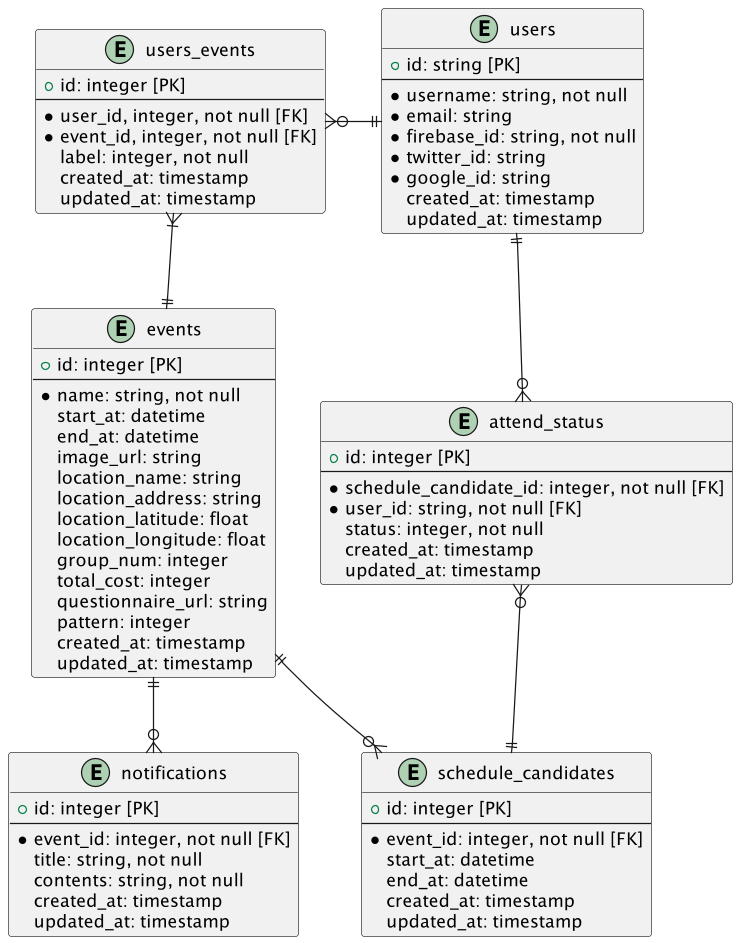
ITK13201/schetify-api keeps this PlantUML diagram as docs/plantuml/er.png. Above is the earlier version. The source it was exported from:
```plantuml
@startuml

!include ./config/default.inc

entity users {
    + id: string [PK]
    --
    * username: string, not null
    * email: string
    * firebase_id: string, not null
    * twitter_id: string
    * google_id: string
    created_at: timestamp
    updated_at: timestamp
}

entity users_events {
    + id: integer [PK]
    --
    * user_id, integer, not null [FK]
    * event_id, integer, not null [FK]
    label: integer, not null
    created_at: timestamp
    updated_at: timestamp
}

entity events {
    + id: integer [PK]
    --
    * name: string, not null
    start_at: datetime
    end_at: datetime
    image_url: string
    location_name: string
    location_address: string
    location_latitude: float
    location_longitude: float
    group_num: integer
    total_cost: integer
    questionnaire_url: string
    pattern: integer
    created_at: timestamp
    updated_at: timestamp
}

entity notifications {
    + id: integer [PK]
    --
    * event_id: integer, not null [FK]
    title: string, not null
    contents: string, not null
    created_at: timestamp
    updated_at: timestamp
}

entity attend_status {
    + id: integer [PK]
    --
    * schedule_candidate_id: integer, not null [FK]
    * user_id: string, not null [FK]
    status: integer, not null
    created_at: timestamp
    updated_at: timestamp
}

entity schedule_candidates {
    + id: integer [PK]
    --
    * event_id: integer, not null [FK]
    start_at: datetime
    end_at: datetime
    created_at: timestamp
    updated_at: timestamp
}

users ||-le-o{ users_events
users_events  }|--|| events
events ||--o{ notifications
users ||--o{ attend_status
attend_status }o--|| schedule_candidates
events ||--o{ schedule_candidates

@enduml
```
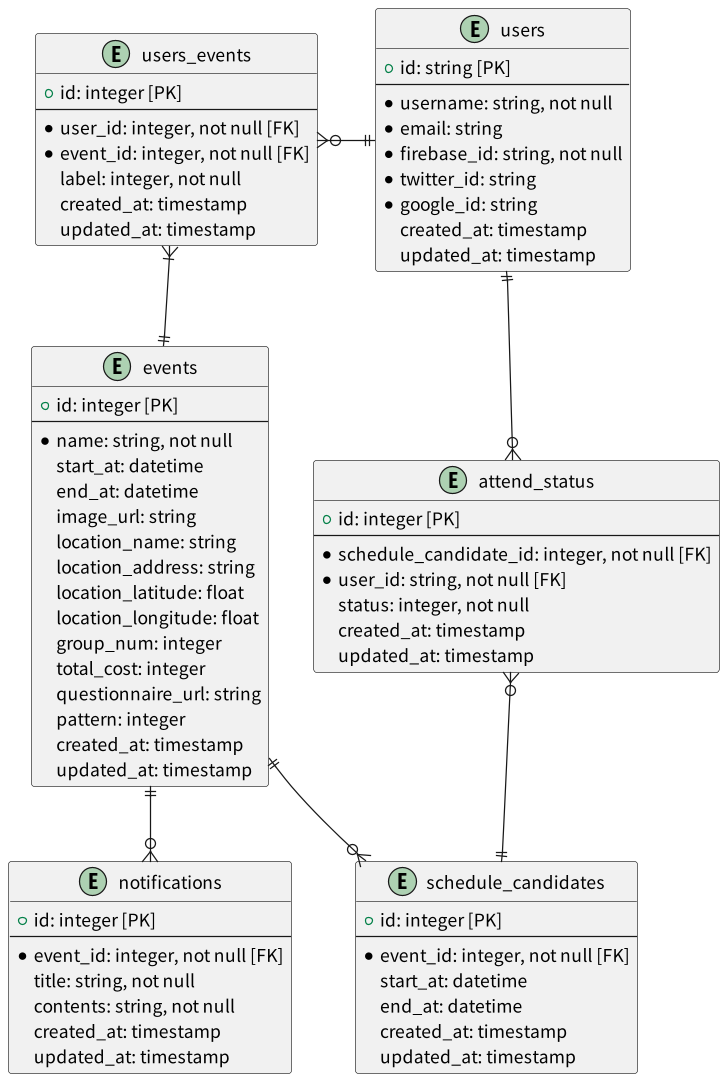
The same file after the commit.

Change to the diagram source:
```diff
@@ -17,8 +17,8 @@
 entity users_events {
     + id: integer [PK]
     --
-    * user_id, integer, not null [FK]
-    * event_id, integer, not null [FK]
+    * user_id: integer, not null [FK]
+    * event_id: integer, not null [FK]
     label: integer, not null
     created_at: timestamp
     updated_at: timestamp
```
